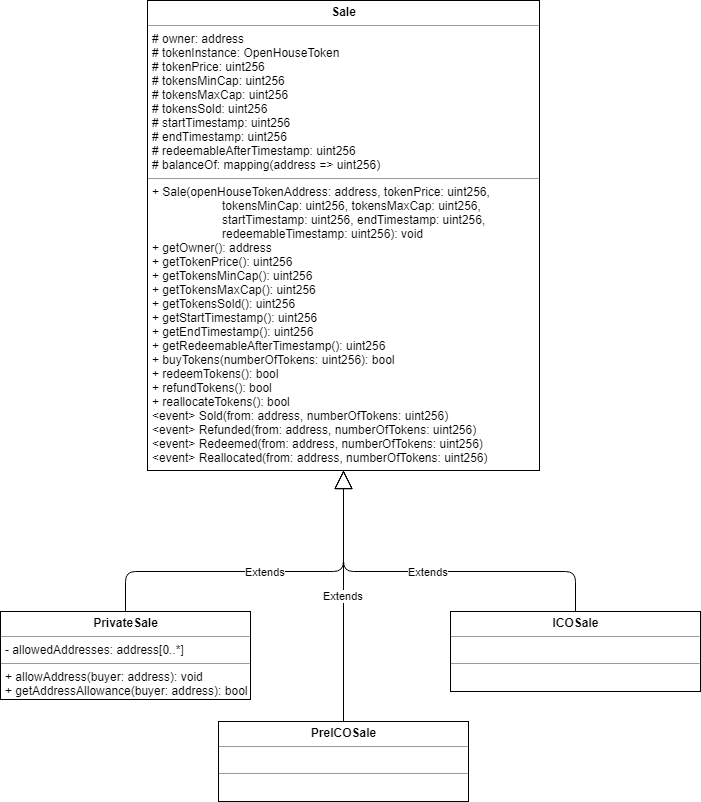
The draw.io diagram uml/Sale/Sale.png in gkamtzir/Ethereum-ICO-Diploma-Thesis, before a commit. Source tidied: cells renumbered, new cells last; positions are measured from the earlier drawing's top-left corner, leaving out a move shared by most shapes.
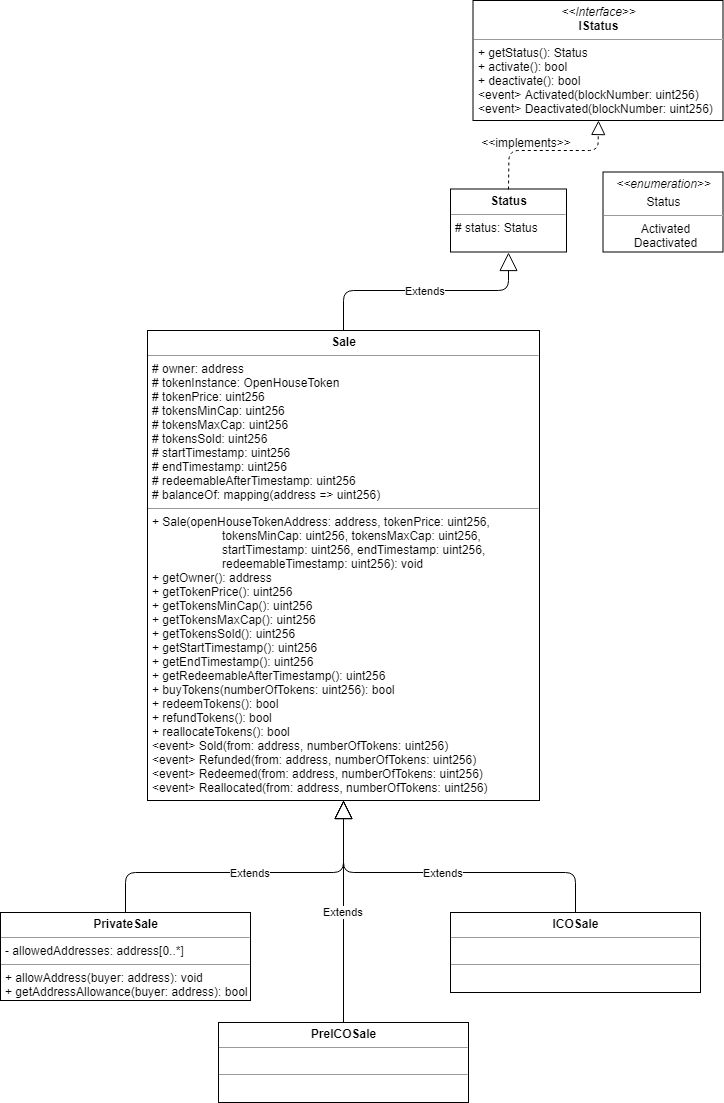
After the commit.

Commit message:
Added missing inheritance relationship in Sale UML class diagram.

Change to the diagram source:
```diff
@@ -3,7 +3,7 @@
     <mxCell id="0" />
     <mxCell id="1" parent="0" />
     <mxCell id="2" value="&lt;p style=&quot;margin: 0px ; margin-top: 4px ; text-align: center&quot;&gt;&lt;b&gt;Sale&lt;/b&gt;&lt;/p&gt;&lt;hr size=&quot;1&quot;&gt;&lt;p style=&quot;margin: 0px ; margin-left: 4px&quot;&gt;# owner: address&lt;/p&gt;&lt;p style=&quot;margin: 0px ; margin-left: 4px&quot;&gt;# tokenInstance: OpenHouseToken&lt;/p&gt;&lt;p style=&quot;margin: 0px ; margin-left: 4px&quot;&gt;# tokenPrice: uint256&lt;/p&gt;&lt;p style=&quot;margin: 0px ; margin-left: 4px&quot;&gt;# tokensMinCap: uint256&lt;/p&gt;&lt;p style=&quot;margin: 0px ; margin-left: 4px&quot;&gt;# tokensMaxCap: uint256&lt;/p&gt;&lt;p style=&quot;margin: 0px ; margin-left: 4px&quot;&gt;# tokensSold: uint256&lt;/p&gt;&lt;p style=&quot;margin: 0px ; margin-left: 4px&quot;&gt;# startTimestamp: uint256&lt;/p&gt;&lt;p style=&quot;margin: 0px ; margin-left: 4px&quot;&gt;# endTimestamp: uint256&lt;/p&gt;&lt;p style=&quot;margin: 0px ; margin-left: 4px&quot;&gt;# redeemableAfterTimestamp: uint256&lt;/p&gt;&lt;p style=&quot;margin: 0px ; margin-left: 4px&quot;&gt;# balanceOf: mapping(address =&amp;gt; uint256)&lt;/p&gt;&lt;hr size=&quot;1&quot;&gt;&lt;p style=&quot;margin: 0px ; margin-left: 4px&quot;&gt;+ Sale(openHouseTokenAddress: address, tokenPrice: uint256,&lt;/p&gt;&lt;p style=&quot;margin: 0px ; margin-left: 4px&quot;&gt;&amp;nbsp; &amp;nbsp; &amp;nbsp; &amp;nbsp; &amp;nbsp; &amp;nbsp; &amp;nbsp; &amp;nbsp; &amp;nbsp; &amp;nbsp; &amp;nbsp;tokensMinCap: uint256, tokensMaxCap: uint256,&lt;/p&gt;&lt;p style=&quot;margin: 0px ; margin-left: 4px&quot;&gt;&amp;nbsp; &amp;nbsp; &amp;nbsp; &amp;nbsp; &amp;nbsp; &amp;nbsp; &amp;nbsp; &amp;nbsp; &amp;nbsp; &amp;nbsp; &amp;nbsp;startTimestamp: uint256, endTimestamp: uint256,&lt;/p&gt;&lt;p style=&quot;margin: 0px ; margin-left: 4px&quot;&gt;&amp;nbsp; &amp;nbsp; &amp;nbsp; &amp;nbsp; &amp;nbsp; &amp;nbsp; &amp;nbsp; &amp;nbsp; &amp;nbsp; &amp;nbsp; &amp;nbsp;redeemableTimestamp: uint256): void&lt;/p&gt;&lt;p style=&quot;margin: 0px ; margin-left: 4px&quot;&gt;+ getOwner(): address&lt;/p&gt;&lt;p style=&quot;margin: 0px ; margin-left: 4px&quot;&gt;+ getTokenPrice(): uint256&lt;/p&gt;&lt;p style=&quot;margin: 0px ; margin-left: 4px&quot;&gt;+ getTokensMinCap(): uint256&lt;/p&gt;&lt;p style=&quot;margin: 0px ; margin-left: 4px&quot;&gt;+ getTokensMaxCap(): uint256&lt;/p&gt;&lt;p style=&quot;margin: 0px ; margin-left: 4px&quot;&gt;+ getTokensSold(): uint256&lt;/p&gt;&lt;p style=&quot;margin: 0px ; margin-left: 4px&quot;&gt;+ getStartTimestamp(): uint256&lt;/p&gt;&lt;p style=&quot;margin: 0px ; margin-left: 4px&quot;&gt;+ getEndTimestamp(): uint256&lt;/p&gt;&lt;p style=&quot;margin: 0px ; margin-left: 4px&quot;&gt;+ getRedeemableAfterTimestamp(): uint256&lt;/p&gt;&lt;p style=&quot;margin: 0px ; margin-left: 4px&quot;&gt;+ buyTokens(numberOfTokens: uint256): bool&lt;/p&gt;&lt;p style=&quot;margin: 0px ; margin-left: 4px&quot;&gt;+ redeemTokens(): bool&lt;/p&gt;&lt;p style=&quot;margin: 0px ; margin-left: 4px&quot;&gt;+ refundTokens(): bool&lt;/p&gt;&lt;p style=&quot;margin: 0px ; margin-left: 4px&quot;&gt;+ reallocateTokens(): bool&lt;/p&gt;&lt;p style=&quot;margin: 0px ; margin-left: 4px&quot;&gt;&amp;lt;event&amp;gt; Sold(from: address, numberOfTokens: uint256)&lt;/p&gt;&lt;p style=&quot;margin: 0px ; margin-left: 4px&quot;&gt;&amp;lt;event&amp;gt; Refunded(from: address, numberOfTokens: uint256)&lt;/p&gt;&lt;p style=&quot;margin: 0px ; margin-left: 4px&quot;&gt;&amp;lt;event&amp;gt; Redeemed(from: address, numberOfTokens: uint256)&lt;/p&gt;&lt;p style=&quot;margin: 0px ; margin-left: 4px&quot;&gt;&amp;lt;event&amp;gt; Reallocated(from: address, numberOfTokens: uint256)&lt;/p&gt;" style="verticalAlign=top;align=left;overflow=fill;fontSize=12;fontFamily=Helvetica;html=1;" parent="1" vertex="1">
-      <mxGeometry x="147" width="392" height="470" as="geometry" />
+      <mxGeometry x="147" y="29" width="392" height="470" as="geometry" />
     </mxCell>
     <mxCell id="3" value="&lt;p style=&quot;margin: 0px ; margin-top: 4px ; text-align: center&quot;&gt;&lt;b&gt;PrivateSale&lt;/b&gt;&lt;/p&gt;&lt;hr size=&quot;1&quot;&gt;&lt;p style=&quot;margin: 0px ; margin-left: 4px&quot;&gt;- allowedAddresses: address[0..*]&lt;/p&gt;&lt;hr size=&quot;1&quot;&gt;&lt;p style=&quot;margin: 0px ; margin-left: 4px&quot;&gt;&lt;span&gt;+ allowAddress(buyer: address): void&lt;/span&gt;&lt;br&gt;&lt;/p&gt;&lt;p style=&quot;margin: 0px ; margin-left: 4px&quot;&gt;&lt;span&gt;+ getAddressAllowance(buyer: address): bool&lt;/span&gt;&lt;/p&gt;" style="verticalAlign=top;align=left;overflow=fill;fontSize=12;fontFamily=Helvetica;html=1;" parent="1" vertex="1">
       <mxGeometry y="611" width="250" height="88" as="geometry" />
@@ -33,5 +33,33 @@
         </Array>
       </mxGeometry>
     </mxCell>
+    <mxCell id="9" value="&lt;p style=&quot;margin: 0px ; margin-top: 4px ; text-align: center&quot;&gt;&lt;i&gt;&amp;lt;&amp;lt;Interface&amp;gt;&amp;gt;&lt;/i&gt;&lt;br&gt;&lt;b&gt;IStatus&lt;/b&gt;&lt;/p&gt;&lt;hr size=&quot;1&quot;&gt;&lt;p style=&quot;margin: 0px ; margin-left: 4px&quot;&gt;+ getStatus(): Status&lt;br&gt;+ activate(): bool&lt;/p&gt;&lt;p style=&quot;margin: 0px ; margin-left: 4px&quot;&gt;+ deactivate(): bool&lt;/p&gt;&lt;p style=&quot;margin: 0px ; margin-left: 4px&quot;&gt;&amp;lt;event&amp;gt; Activated(blockNumber: uint256)&lt;/p&gt;&lt;p style=&quot;margin: 0px ; margin-left: 4px&quot;&gt;&amp;lt;event&amp;gt; Deactivated(blockNumber: uint256)&lt;/p&gt;" style="verticalAlign=top;align=left;overflow=fill;fontSize=12;fontFamily=Helvetica;html=1;" parent="1" vertex="1">
+      <mxGeometry x="472.5" y="-301" width="250" height="120" as="geometry" />
+    </mxCell>
+    <mxCell id="10" value="&lt;p style=&quot;margin: 0px ; margin-top: 4px ; text-align: center&quot;&gt;&lt;i&gt;&amp;lt;&amp;lt;enumeration&amp;gt;&amp;gt;&lt;/i&gt;&lt;br&gt;&lt;/p&gt;&lt;p style=&quot;margin: 0px ; margin-top: 4px ; text-align: center&quot;&gt;&lt;span&gt;Status&lt;/span&gt;&lt;br&gt;&lt;/p&gt;&lt;hr size=&quot;1&quot;&gt;&lt;p style=&quot;text-align: center ; margin: 0px 0px 0px 4px&quot;&gt;Activated&lt;/p&gt;&lt;p style=&quot;text-align: center ; margin: 0px 0px 0px 4px&quot;&gt;Deactivated&lt;/p&gt;&lt;p style=&quot;text-align: center ; margin: 0px 0px 0px 4px&quot;&gt;&lt;br&gt;&lt;/p&gt;" style="verticalAlign=top;align=left;overflow=fill;fontSize=12;fontFamily=Helvetica;html=1;" parent="1" vertex="1">
+      <mxGeometry x="602.5" y="-129.5" width="120" height="80" as="geometry" />
+    </mxCell>
+    <mxCell id="11" value="&lt;p style=&quot;margin: 0px ; margin-top: 4px ; text-align: center&quot;&gt;&lt;b&gt;Status&lt;/b&gt;&lt;/p&gt;&lt;hr size=&quot;1&quot;&gt;&lt;p style=&quot;margin: 0px ; margin-left: 4px&quot;&gt;# status: Status&lt;/p&gt;&lt;p style=&quot;margin: 0px ; margin-left: 4px&quot;&gt;&lt;br&gt;&lt;/p&gt;" style="verticalAlign=top;align=left;overflow=fill;fontSize=12;fontFamily=Helvetica;html=1;" parent="1" vertex="1">
+      <mxGeometry x="450" y="-112.5" width="116" height="63" as="geometry" />
+    </mxCell>
+    <mxCell id="12" style="endArrow=block;dashed=1;endFill=0;endSize=12;html=1;exitX=0.5;exitY=0;exitDx=0;exitDy=0;entryX=0.5;entryY=1;entryDx=0;entryDy=0;" parent="1" edge="1" source="11" target="9">
+      <mxGeometry relative="1" as="geometry">
+        <Array as="points">
+          <mxPoint x="508.5" y="-151" />
+          <mxPoint x="597.5" y="-151" />
+        </Array>
+      </mxGeometry>
+    </mxCell>
+    <mxCell id="13" value="&lt;&lt;implements&gt;&gt;" style="text;align=center;fontStyle=0;verticalAlign=middle;spacingLeft=3;spacingRight=3;strokeColor=none;" parent="1" vertex="1">
+      <mxGeometry x="486" y="-171" width="80" height="26" as="geometry" />
+    </mxCell>
+    <mxCell id="14" value="Extends" style="endArrow=block;endSize=16;endFill=0;html=1;exitX=0.5;exitY=0;exitDx=0;exitDy=0;entryX=0.5;entryY=1;entryDx=0;entryDy=0;" parent="1" edge="1" source="2" target="11">
+      <mxGeometry relative="1" as="geometry">
+        <Array as="points">
+          <mxPoint x="343" y="-11" />
+          <mxPoint x="508" y="-11" />
+        </Array>
+      </mxGeometry>
+    </mxCell>
   </root>
 </mxGraphModel>
```
